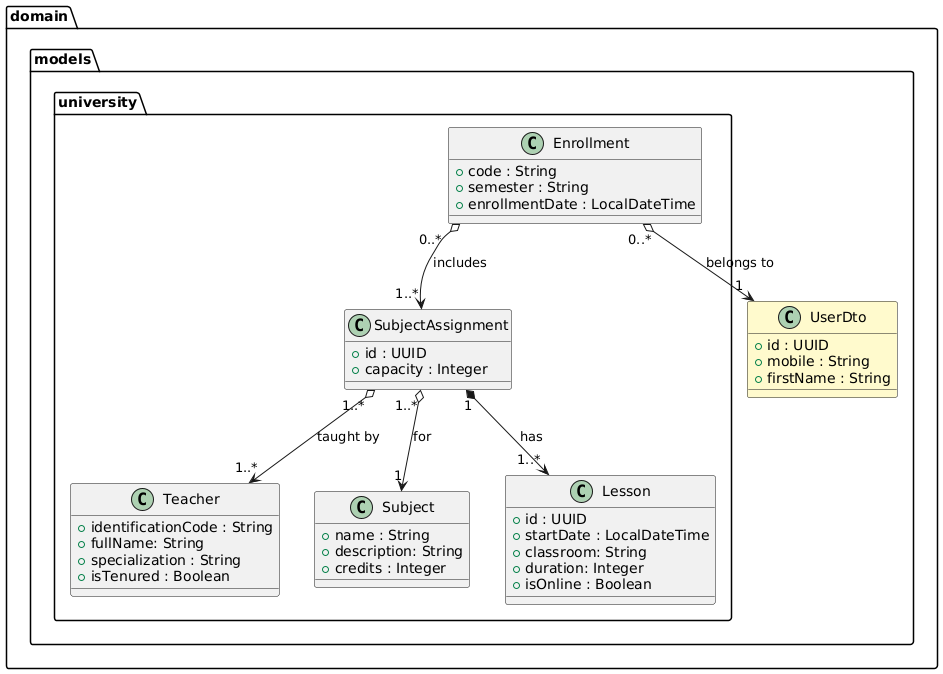
Before: docs/university.png, a diagram exported from PlantUML (miw-upm/apaw-practice).
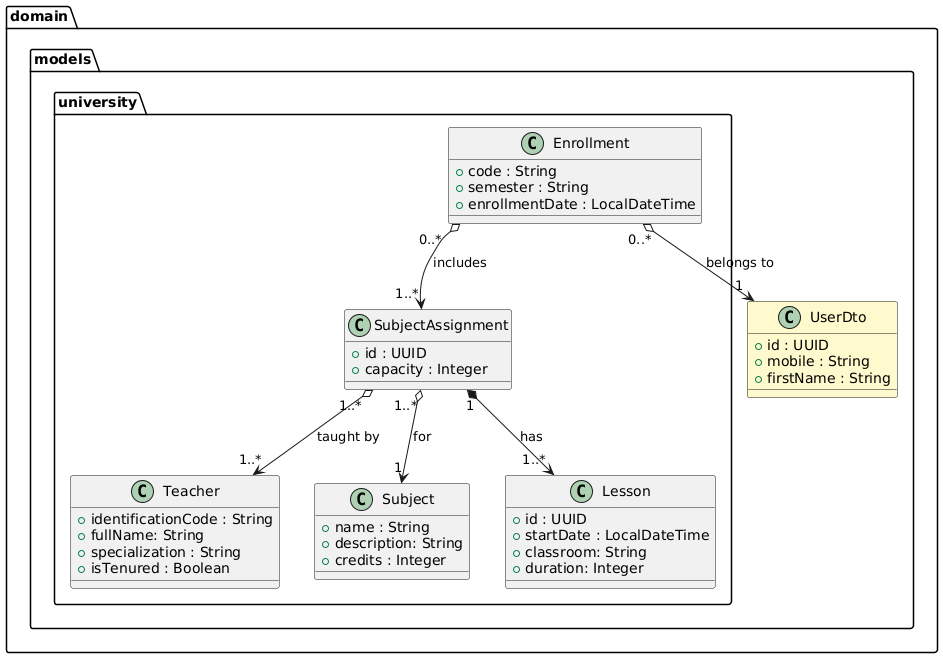
After the commit.

Commit message:
University diagram updated #1156

Diff of the diagram source:
```diff
@@ -26,7 +26,6 @@
         +startDate : LocalDateTime
         +classroom: String
         +duration: Integer
-        +isOnline : Boolean
       }
 
       class Enrollment {
```
